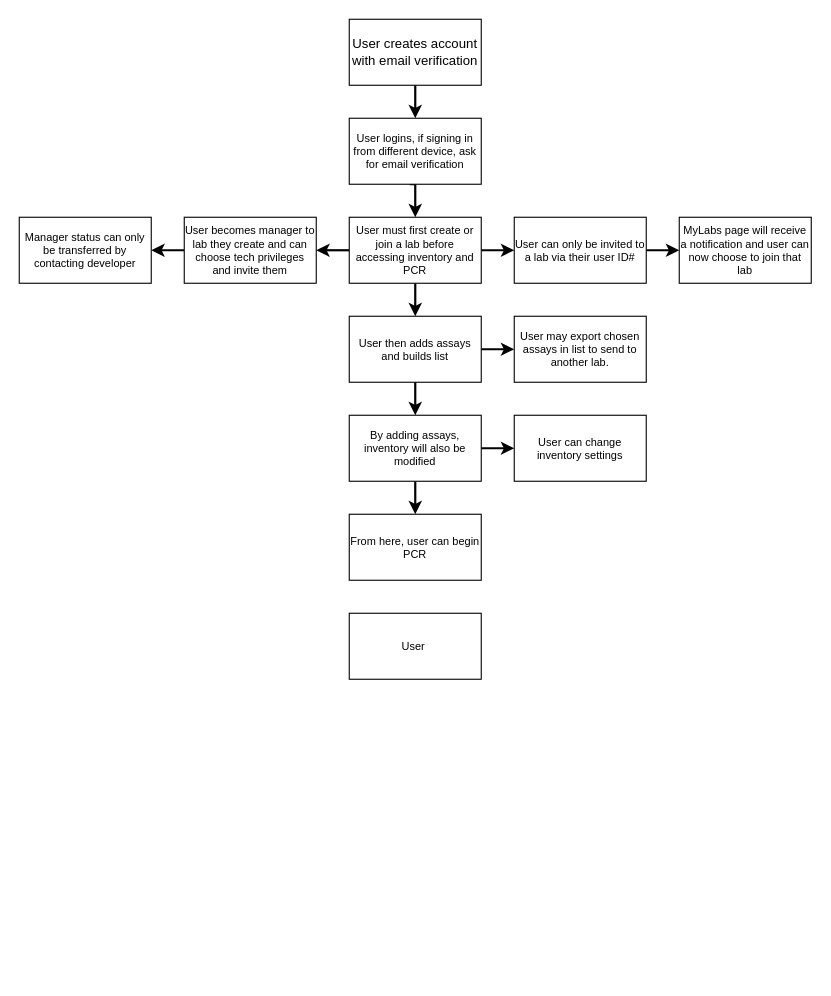
The draw.io diagram page "Work Flow" (2 of 5) of Untitled Diagram.drawio in FusRaDa/pcr-paperwork-website-draw, before the edit. Source tidied: cells renumbered, new cells numbered last; positions are measured from the earlier drawing's top-left corner, leaving out a move shared by most shapes. Both pictures are drawn from the tidied source at 110%, with x=0, y=0 at pixel (19, 19).
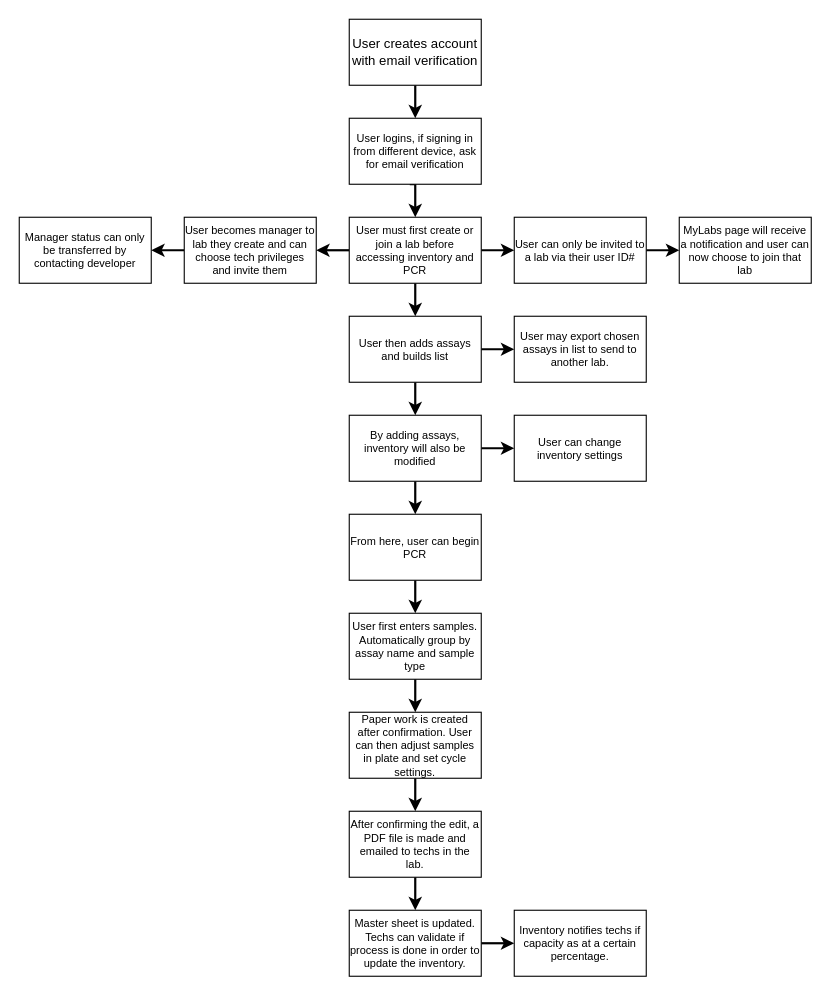
Above is the later version.

Unchanged cells that the change refers to:
```xml
<mxCell id="16" value="From here, user can begin PCR" style="rounded=0;whiteSpace=wrap;html=1;fillColor=#FFFFFF;fontSize=10;" parent="1" vertex="1">
  <mxGeometry x="300" y="450" width="120" height="60" as="geometry" />
</mxCell>
```

Change to the diagram source:
```diff
@@
+    <mxCell id="26" style="edgeStyle=orthogonalEdgeStyle;rounded=0;jumpSize=6;jettySize=auto;html=1;entryX=0.5;entryY=0;entryDx=0;entryDy=0;strokeWidth=2;fontSize=10;" parent="1" edge="1" source="16" target="25">
+      <mxGeometry relative="1" as="geometry" />
+    </mxCell>
@@
+    <mxCell id="27" style="edgeStyle=orthogonalEdgeStyle;rounded=0;jumpSize=6;jettySize=auto;html=1;entryX=0.5;entryY=0;entryDx=0;entryDy=0;strokeWidth=2;fontSize=10;" parent="1" edge="1" source="25" target="29">
+      <mxGeometry relative="1" as="geometry" />
+    </mxCell>
-    <mxCell id="25" value="User&amp;nbsp;" style="rounded=0;whiteSpace=wrap;html=1;fillColor=#FFFFFF;fontSize=10;" parent="1" vertex="1">
+    <mxCell id="25" value="User first enters samples. Automatically group by assay name and sample type" style="rounded=0;whiteSpace=wrap;html=1;fillColor=#FFFFFF;fontSize=10;" parent="1" vertex="1">
       <mxGeometry x="300" y="540" width="120" height="60" as="geometry" />
     </mxCell>
+    <mxCell id="28" style="edgeStyle=orthogonalEdgeStyle;rounded=0;jumpSize=6;jettySize=auto;html=1;entryX=0.5;entryY=0;entryDx=0;entryDy=0;strokeWidth=2;fontSize=10;" parent="1" edge="1" source="29" target="31">
+      <mxGeometry relative="1" as="geometry" />
+    </mxCell>
+    <mxCell id="29" value="Paper work is created after confirmation. User can then adjust samples in plate and set cycle settings." style="rounded=0;whiteSpace=wrap;html=1;fillColor=#FFFFFF;fontSize=10;" parent="1" vertex="1">
+      <mxGeometry x="300" y="630" width="120" height="60" as="geometry" />
+    </mxCell>
+    <mxCell id="30" style="edgeStyle=orthogonalEdgeStyle;rounded=0;jumpSize=6;jettySize=auto;html=1;entryX=0.5;entryY=0;entryDx=0;entryDy=0;strokeWidth=2;fontSize=10;" parent="1" edge="1" source="31" target="33">
+      <mxGeometry relative="1" as="geometry" />
+    </mxCell>
+    <mxCell id="31" value="After confirming the edit, a PDF file is made and emailed to techs in the lab." style="rounded=0;whiteSpace=wrap;html=1;fillColor=#FFFFFF;fontSize=10;" parent="1" vertex="1">
+      <mxGeometry x="300" y="720" width="120" height="60" as="geometry" />
+    </mxCell>
+    <mxCell id="32" style="edgeStyle=orthogonalEdgeStyle;rounded=0;jumpSize=6;jettySize=auto;html=1;strokeWidth=2;fontSize=10;" parent="1" edge="1" source="33">
+      <mxGeometry relative="1" as="geometry">
+        <mxPoint x="450" y="840" as="targetPoint" />
+      </mxGeometry>
+    </mxCell>
+    <mxCell id="33" value="Master sheet is updated. Techs can validate if process is done in order to update the inventory." style="rounded=0;whiteSpace=wrap;html=1;fillColor=#FFFFFF;fontSize=10;" parent="1" vertex="1">
+      <mxGeometry x="300" y="810" width="120" height="60" as="geometry" />
+    </mxCell>
+    <mxCell id="34" value="Inventory notifies techs if capacity as at a certain percentage." style="rounded=0;whiteSpace=wrap;html=1;fillColor=#FFFFFF;fontSize=10;" parent="1" vertex="1">
+      <mxGeometry x="450" y="810" width="120" height="60" as="geometry" />
+    </mxCell>
```
